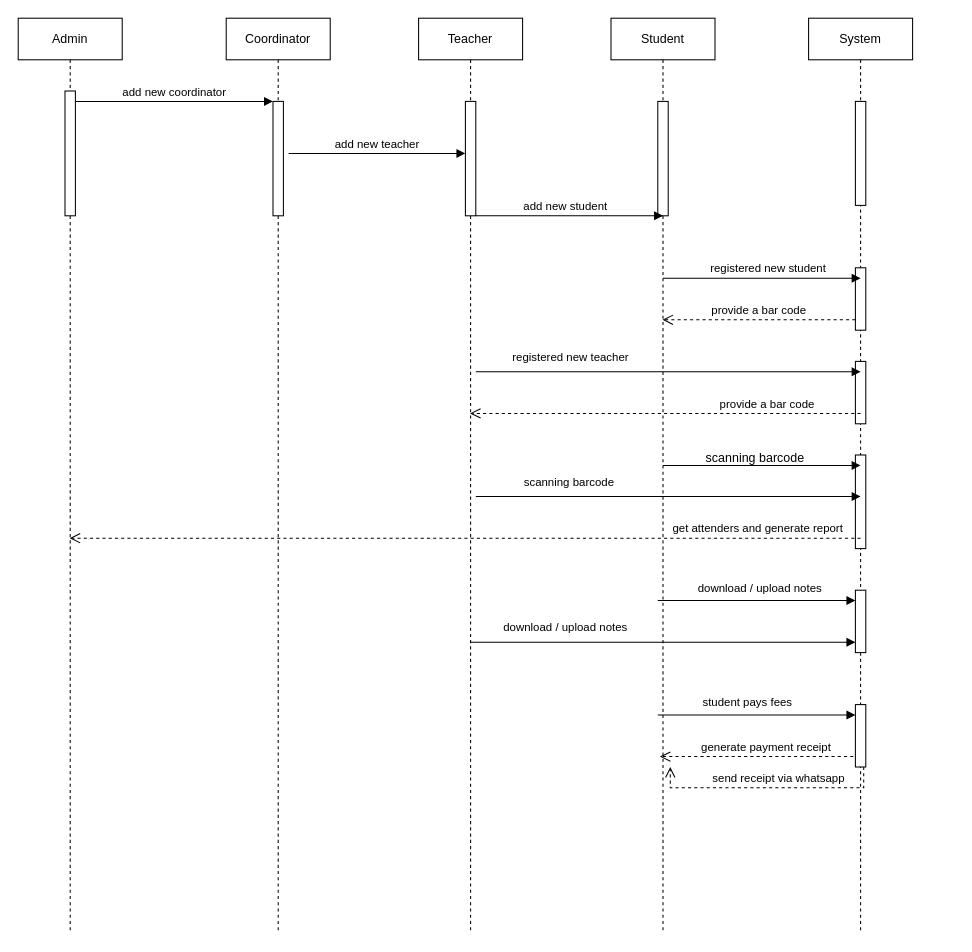
Above: sequenses diagram.drawio in Dulara-Akalanka/Group-Software-Project (draw.io), before the change. Source tidied: cells renumbered, new cells numbered last; positions are measured from the earlier drawing's top-left corner, leaving out a move shared by most shapes. Both pictures are drawn from the tidied source at 104%, with x=0, y=0 at pixel (18, 18).
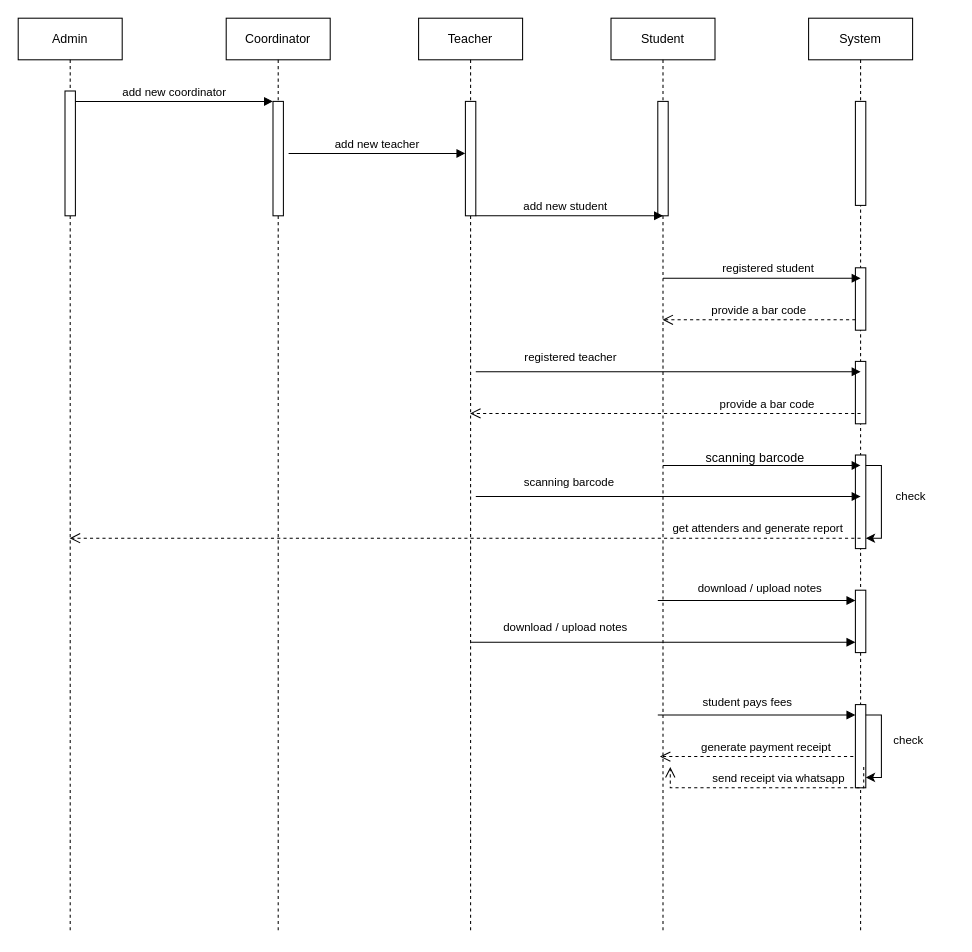
After the change.

Unchanged cells that the change refers to:
```xml
<mxCell id="11" value="System" style="shape=umlLifeline;perimeter=lifelinePerimeter;whiteSpace=wrap;html=1;outlineConnect=0;portConstraint=eastwest;newEdgeStyle={&quot;edgeStyle&quot;:&quot;elbowEdgeStyle&quot;,&quot;elbow&quot;:&quot;vertical&quot;,&quot;curved&quot;:0,&quot;rounded&quot;:0};" parent="1" vertex="1">
  <mxGeometry x="760" width="100" height="880" as="geometry" />
</mxCell>
<mxCell id="14" style="html=1;points=[];perimeter=orthogonalPerimeter;outlineConnect=0;targetShapes=umlLifeline;portConstraint=eastwest;newEdgeStyle={&quot;edgeStyle&quot;:&quot;elbowEdgeStyle&quot;,&quot;elbow&quot;:&quot;vertical&quot;,&quot;curved&quot;:0,&quot;rounded&quot;:0};" parent="11" vertex="1">
  <mxGeometry x="45" y="330" width="10" height="60" as="geometry" />
</mxCell>
<mxCell id="15" style="html=1;points=[];perimeter=orthogonalPerimeter;outlineConnect=0;targetShapes=umlLifeline;portConstraint=eastwest;newEdgeStyle={&quot;edgeStyle&quot;:&quot;elbowEdgeStyle&quot;,&quot;elbow&quot;:&quot;vertical&quot;,&quot;curved&quot;:0,&quot;rounded&quot;:0};" parent="11" vertex="1">
  <mxGeometry x="45" y="420" width="10" height="90" as="geometry" />
</mxCell>
<mxCell id="20" style="endArrow=block;endFill=1;html=1;edgeStyle=orthogonalEdgeStyle;align=left;verticalAlign=top;rounded=0;" parent="1" edge="1">
  <mxGeometry x="-1" relative="1" as="geometry">
    <mxPoint x="620" y="250" as="sourcePoint" />
    <mxPoint x="810" y="250" as="targetPoint" />
  </mxGeometry>
</mxCell>
<mxCell id="23" style="endArrow=block;endFill=1;html=1;edgeStyle=orthogonalEdgeStyle;align=left;verticalAlign=top;rounded=0;" parent="1" edge="1">
  <mxGeometry x="-1" relative="1" as="geometry">
    <mxPoint x="440" y="340" as="sourcePoint" />
    <mxPoint x="810" y="340" as="targetPoint" />
  </mxGeometry>
</mxCell>
```

Change to the diagram source:
```diff
@@
     <mxCell id="17" style="html=1;points=[];perimeter=orthogonalPerimeter;outlineConnect=0;targetShapes=umlLifeline;portConstraint=eastwest;newEdgeStyle={&quot;edgeStyle&quot;:&quot;elbowEdgeStyle&quot;,&quot;elbow&quot;:&quot;vertical&quot;,&quot;curved&quot;:0,&quot;rounded&quot;:0};" parent="11" vertex="1">
-      <mxGeometry x="45" y="660" width="10" height="60" as="geometry" />
+      <mxGeometry x="45" y="660" width="10" height="80" as="geometry" />
     </mxCell>
+    <mxCell id="39" style="edgeStyle=elbowEdgeStyle;rounded=0;jettySize=auto;html=1;elbow=horizontal;curved=0;" parent="11" edge="1" source="14" target="11">
+      <mxGeometry relative="1" as="geometry" />
+    </mxCell>
+    <mxCell id="40" style="edgeStyle=elbowEdgeStyle;rounded=0;orthogonalLoop=1;jettySize=auto;html=1;elbow=vertical;curved=0;" parent="11" edge="1" source="15" target="15">
+      <mxGeometry relative="1" as="geometry">
+        <Array as="points">
+          <mxPoint x="70" y="500" />
+        </Array>
+      </mxGeometry>
+    </mxCell>
+    <mxCell id="41" style="edgeStyle=elbowEdgeStyle;rounded=0;orthogonalLoop=1;jettySize=auto;html=1;elbow=horizontal;curved=0;" parent="11" edge="1" source="17" target="17">
+      <mxGeometry relative="1" as="geometry">
+        <Array as="points">
+          <mxPoint x="70" y="730" />
+        </Array>
+      </mxGeometry>
+    </mxCell>
@@
-    <mxCell id="21" value="registered new student" style="edgeLabel;html=1;align=center;verticalAlign=middle;" parent="20" vertex="1">
+    <mxCell id="21" value="registered student" style="edgeLabel;html=1;align=center;verticalAlign=middle;" parent="20" vertex="1">
       <mxGeometry x="0.61" y="4" relative="1" as="geometry">
         <mxPoint x="-53" y="-6" as="offset" />
       </mxGeometry>
     </mxCell>
@@
-    <mxCell id="24" value="registered new teacher" style="edgeLabel;html=1;align=center;verticalAlign=middle;" parent="23" vertex="1">
+    <mxCell id="24" value="registered teacher" style="edgeLabel;html=1;align=center;verticalAlign=middle;" parent="23" vertex="1">
       <mxGeometry x="0.61" y="4" relative="1" as="geometry">
         <mxPoint x="-208" y="-11" as="offset" />
       </mxGeometry>
     </mxCell>
@@
+    <mxCell id="42" value="check" style="edgeLabel;html=1;align=center;verticalAlign=middle;" parent="1" vertex="1">
+      <mxGeometry x="740" y="350" as="geometry">
+        <mxPoint x="117" y="109" as="offset" />
+      </mxGeometry>
+    </mxCell>
+    <mxCell id="43" value="&lt;span style=&quot;color: rgb(0, 0, 0); font-family: Helvetica; font-size: 11px; font-style: normal; font-variant-ligatures: normal; font-variant-caps: normal; font-weight: 400; letter-spacing: normal; orphans: 2; text-align: center; text-indent: 0px; text-transform: none; widows: 2; word-spacing: 0px; -webkit-text-stroke-width: 0px; background-color: rgb(255, 255, 255); text-decoration-thickness: initial; text-decoration-style: initial; text-decoration-color: initial; float: none; display: inline !important;&quot;&gt;check&lt;/span&gt;" style="text;whiteSpace=wrap;html=1;" parent="1" vertex="1">
+      <mxGeometry x="840" y="680" width="60" height="40" as="geometry" />
+    </mxCell>
```
